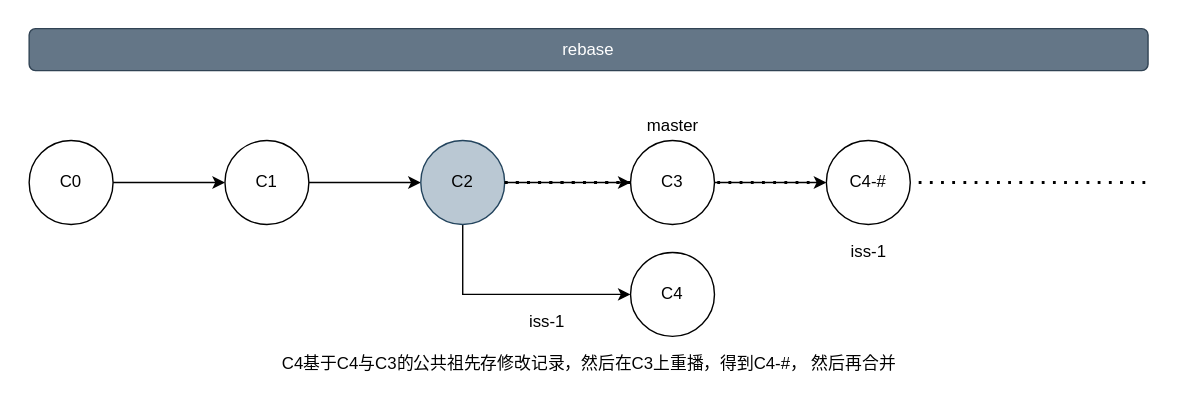
The draw.io diagram 03-工作流/images/rebase.svg in cd-home/Root, before a commit. Source tidied: cells renumbered, new cells last; positions are measured from the earlier drawing's top-left corner, leaving out a move shared by most shapes. Source of this version:
```xml
<mxGraphModel>
  <root>
    <mxCell id="0" />
    <mxCell id="1" parent="0" />
    <mxCell id="2" value="rebase" style="rounded=1;whiteSpace=wrap;html=1;fillColor=#647687;strokeColor=#314354;fontColor=#ffffff;" parent="1" vertex="1">
      <mxGeometry width="800" height="30" as="geometry" />
    </mxCell>
    <mxCell id="3" style="edgeStyle=orthogonalEdgeStyle;rounded=0;jettySize=auto;html=1;" parent="1" edge="1" source="4" target="6">
      <mxGeometry relative="1" as="geometry" />
    </mxCell>
    <mxCell id="4" value="C0" style="ellipse;whiteSpace=wrap;html=1;fillColor=#FFFFFF;" parent="1" vertex="1">
      <mxGeometry y="80" width="60" height="60" as="geometry" />
    </mxCell>
    <mxCell id="5" style="edgeStyle=orthogonalEdgeStyle;rounded=0;jettySize=auto;html=1;" parent="1" edge="1" source="6" target="9">
      <mxGeometry relative="1" as="geometry" />
    </mxCell>
    <mxCell id="6" value="C1" style="ellipse;whiteSpace=wrap;html=1;fillColor=#FFFFFF;" parent="1" vertex="1">
      <mxGeometry x="140" y="80" width="60" height="60" as="geometry" />
    </mxCell>
    <mxCell id="7" style="edgeStyle=orthogonalEdgeStyle;rounded=0;jettySize=auto;html=1;exitX=0.5;exitY=1;exitDx=0;exitDy=0;entryX=0;entryY=0.5;entryDx=0;entryDy=0;" parent="1" edge="1" source="9" target="10">
      <mxGeometry relative="1" as="geometry">
        <Array as="points">
          <mxPoint x="310" y="190" />
          <mxPoint x="420" y="190" />
        </Array>
      </mxGeometry>
    </mxCell>
    <mxCell id="8" style="edgeStyle=orthogonalEdgeStyle;rounded=0;jettySize=auto;html=1;entryX=0;entryY=0.5;entryDx=0;entryDy=0;" parent="1" edge="1" source="9" target="15">
      <mxGeometry relative="1" as="geometry">
        <Array as="points">
          <mxPoint x="370" y="110" />
          <mxPoint x="370" y="110" />
        </Array>
      </mxGeometry>
    </mxCell>
    <mxCell id="9" value="C2" style="ellipse;whiteSpace=wrap;html=1;fillColor=#bac8d3;strokeColor=#23445d;" parent="1" vertex="1">
      <mxGeometry x="280" y="80" width="60" height="60" as="geometry" />
    </mxCell>
    <mxCell id="10" value="C4" style="ellipse;whiteSpace=wrap;html=1;fillColor=#FFFFFF;" parent="1" vertex="1">
      <mxGeometry x="430" y="160" width="60" height="60" as="geometry" />
    </mxCell>
    <mxCell id="11" value="iss-1" style="text;html=1;align=center;verticalAlign=middle;strokeColor=none;" parent="1" vertex="1">
      <mxGeometry x="350" y="200" width="40" height="20" as="geometry" />
    </mxCell>
    <mxCell id="12" style="endArrow=none;dashed=1;html=1;dashPattern=1 3;strokeWidth=2;startArrow=none;" parent="1" edge="1">
      <mxGeometry relative="1" as="geometry">
        <mxPoint x="340" y="110" as="sourcePoint" />
        <mxPoint x="800" y="110" as="targetPoint" />
      </mxGeometry>
    </mxCell>
    <mxCell id="13" value="master" style="text;html=1;align=center;verticalAlign=middle;strokeColor=none;" parent="1" vertex="1">
      <mxGeometry x="435" y="60" width="50" height="20" as="geometry" />
    </mxCell>
    <mxCell id="14" style="edgeStyle=orthogonalEdgeStyle;rounded=0;jettySize=auto;html=1;" parent="1" edge="1" source="15" target="17">
      <mxGeometry relative="1" as="geometry" />
    </mxCell>
    <mxCell id="15" value="C3" style="ellipse;whiteSpace=wrap;html=1;fillColor=#FFFFFF;" parent="1" vertex="1">
      <mxGeometry x="430" y="80" width="60" height="60" as="geometry" />
    </mxCell>
    <mxCell id="16" style="endArrow=none;dashed=1;html=1;dashPattern=1 3;strokeWidth=2;exitX=1;exitY=0.5;exitDx=0;exitDy=0;" parent="1" edge="1" source="9" target="15">
      <mxGeometry relative="1" as="geometry" />
    </mxCell>
    <mxCell id="17" value="C4-#" style="ellipse;whiteSpace=wrap;html=1;fillColor=#FFFFFF;" parent="1" vertex="1">
      <mxGeometry x="570" y="80" width="60" height="60" as="geometry" />
    </mxCell>
    <mxCell id="18" value="iss-1" style="text;html=1;align=center;verticalAlign=middle;strokeColor=none;" parent="1" vertex="1">
      <mxGeometry x="580" y="150" width="40" height="20" as="geometry" />
    </mxCell>
    <mxCell id="19" value="C4基于C4与C3的公共祖先存修改记录，然后在C3上重播，得到C4-#， 然后再合并" style="text;html=1;align=center;verticalAlign=middle;strokeColor=none;" parent="1" vertex="1">
      <mxGeometry x="175" y="230" width="450" height="20" as="geometry" />
    </mxCell>
  </root>
</mxGraphModel>
```
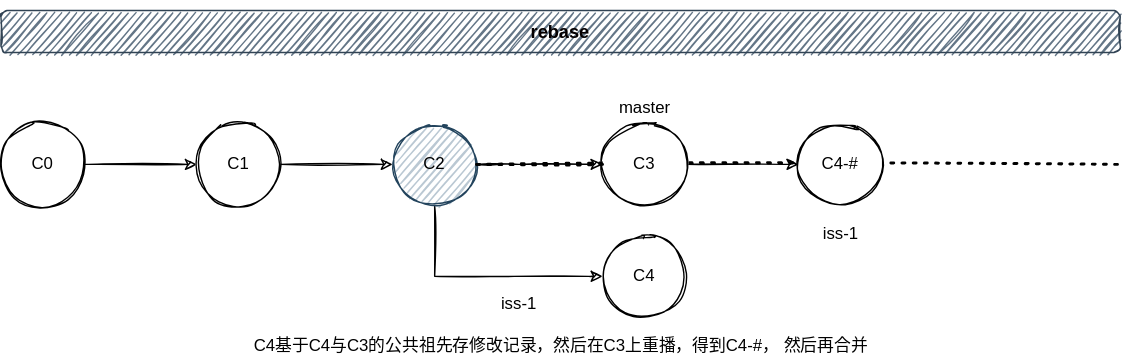
The same file after the commit.

Diff of the diagram source:
```diff
@@ -2,22 +2,22 @@
   <root>
     <mxCell id="0" />
     <mxCell id="1" parent="0" />
-    <mxCell id="2" value="rebase" style="rounded=1;whiteSpace=wrap;html=1;fillColor=#647687;strokeColor=#314354;fontColor=#ffffff;" parent="1" vertex="1">
+    <mxCell id="2" value="&lt;h3&gt;&lt;font style=&quot;font-size: 13px&quot; color=&quot;#050001&quot;&gt;rebase&lt;/font&gt;&lt;/h3&gt;" style="rounded=1;whiteSpace=wrap;html=1;fillColor=#647687;strokeColor=#314354;fontColor=#ffffff;sketch=1;" parent="1" vertex="1">
       <mxGeometry width="800" height="30" as="geometry" />
     </mxCell>
-    <mxCell id="3" style="edgeStyle=orthogonalEdgeStyle;rounded=0;jettySize=auto;html=1;" parent="1" edge="1" source="4" target="6">
+    <mxCell id="3" style="edgeStyle=orthogonalEdgeStyle;rounded=0;jettySize=auto;html=1;sketch=1;" parent="1" edge="1" source="4" target="6">
       <mxGeometry relative="1" as="geometry" />
     </mxCell>
-    <mxCell id="4" value="C0" style="ellipse;whiteSpace=wrap;html=1;fillColor=#FFFFFF;" parent="1" vertex="1">
+    <mxCell id="4" value="C0" style="ellipse;whiteSpace=wrap;html=1;fillColor=#FFFFFF;sketch=1;" parent="1" vertex="1">
       <mxGeometry y="80" width="60" height="60" as="geometry" />
     </mxCell>
-    <mxCell id="5" style="edgeStyle=orthogonalEdgeStyle;rounded=0;jettySize=auto;html=1;" parent="1" edge="1" source="6" target="9">
+    <mxCell id="5" style="edgeStyle=orthogonalEdgeStyle;rounded=0;jettySize=auto;html=1;sketch=1;" parent="1" edge="1" source="6" target="9">
       <mxGeometry relative="1" as="geometry" />
     </mxCell>
-    <mxCell id="6" value="C1" style="ellipse;whiteSpace=wrap;html=1;fillColor=#FFFFFF;" parent="1" vertex="1">
+    <mxCell id="6" value="C1" style="ellipse;whiteSpace=wrap;html=1;fillColor=#FFFFFF;sketch=1;" parent="1" vertex="1">
       <mxGeometry x="140" y="80" width="60" height="60" as="geometry" />
     </mxCell>
-    <mxCell id="7" style="edgeStyle=orthogonalEdgeStyle;rounded=0;jettySize=auto;html=1;exitX=0.5;exitY=1;exitDx=0;exitDy=0;entryX=0;entryY=0.5;entryDx=0;entryDy=0;" parent="1" edge="1" source="9" target="10">
+    <mxCell id="7" style="edgeStyle=orthogonalEdgeStyle;rounded=0;jettySize=auto;html=1;exitX=0.5;exitY=1;exitDx=0;exitDy=0;entryX=0;entryY=0.5;entryDx=0;entryDy=0;sketch=1;" parent="1" edge="1" source="9" target="10">
       <mxGeometry relative="1" as="geometry">
         <Array as="points">
           <mxPoint x="310" y="190" />
@@ -25,7 +25,7 @@
         </Array>
       </mxGeometry>
     </mxCell>
-    <mxCell id="8" style="edgeStyle=orthogonalEdgeStyle;rounded=0;jettySize=auto;html=1;entryX=0;entryY=0.5;entryDx=0;entryDy=0;" parent="1" edge="1" source="9" target="15">
+    <mxCell id="8" style="edgeStyle=orthogonalEdgeStyle;rounded=0;jettySize=auto;html=1;entryX=0;entryY=0.5;entryDx=0;entryDy=0;sketch=1;" parent="1" edge="1" source="9" target="15">
       <mxGeometry relative="1" as="geometry">
         <Array as="points">
           <mxPoint x="370" y="110" />
@@ -33,40 +33,40 @@
         </Array>
       </mxGeometry>
     </mxCell>
-    <mxCell id="9" value="C2" style="ellipse;whiteSpace=wrap;html=1;fillColor=#bac8d3;strokeColor=#23445d;" parent="1" vertex="1">
+    <mxCell id="9" value="C2" style="ellipse;whiteSpace=wrap;html=1;fillColor=#bac8d3;strokeColor=#23445d;sketch=1;" parent="1" vertex="1">
       <mxGeometry x="280" y="80" width="60" height="60" as="geometry" />
     </mxCell>
-    <mxCell id="10" value="C4" style="ellipse;whiteSpace=wrap;html=1;fillColor=#FFFFFF;" parent="1" vertex="1">
+    <mxCell id="10" value="C4" style="ellipse;whiteSpace=wrap;html=1;fillColor=#FFFFFF;sketch=1;" parent="1" vertex="1">
       <mxGeometry x="430" y="160" width="60" height="60" as="geometry" />
     </mxCell>
-    <mxCell id="11" value="iss-1" style="text;html=1;align=center;verticalAlign=middle;strokeColor=none;" parent="1" vertex="1">
+    <mxCell id="11" value="iss-1" style="text;html=1;align=center;verticalAlign=middle;strokeColor=none;sketch=1;" parent="1" vertex="1">
       <mxGeometry x="350" y="200" width="40" height="20" as="geometry" />
     </mxCell>
-    <mxCell id="12" style="endArrow=none;dashed=1;html=1;dashPattern=1 3;strokeWidth=2;startArrow=none;" parent="1" edge="1">
+    <mxCell id="12" style="endArrow=none;dashed=1;html=1;dashPattern=1 3;strokeWidth=2;startArrow=none;sketch=1;" parent="1" edge="1">
       <mxGeometry relative="1" as="geometry">
         <mxPoint x="340" y="110" as="sourcePoint" />
         <mxPoint x="800" y="110" as="targetPoint" />
       </mxGeometry>
     </mxCell>
-    <mxCell id="13" value="master" style="text;html=1;align=center;verticalAlign=middle;strokeColor=none;" parent="1" vertex="1">
+    <mxCell id="13" value="master" style="text;html=1;align=center;verticalAlign=middle;strokeColor=none;sketch=1;" parent="1" vertex="1">
       <mxGeometry x="435" y="60" width="50" height="20" as="geometry" />
     </mxCell>
-    <mxCell id="14" style="edgeStyle=orthogonalEdgeStyle;rounded=0;jettySize=auto;html=1;" parent="1" edge="1" source="15" target="17">
+    <mxCell id="14" style="edgeStyle=orthogonalEdgeStyle;rounded=0;jettySize=auto;html=1;sketch=1;" parent="1" edge="1" source="15" target="17">
       <mxGeometry relative="1" as="geometry" />
     </mxCell>
-    <mxCell id="15" value="C3" style="ellipse;whiteSpace=wrap;html=1;fillColor=#FFFFFF;" parent="1" vertex="1">
+    <mxCell id="15" value="C3" style="ellipse;whiteSpace=wrap;html=1;fillColor=#FFFFFF;sketch=1;" parent="1" vertex="1">
       <mxGeometry x="430" y="80" width="60" height="60" as="geometry" />
     </mxCell>
-    <mxCell id="16" style="endArrow=none;dashed=1;html=1;dashPattern=1 3;strokeWidth=2;exitX=1;exitY=0.5;exitDx=0;exitDy=0;" parent="1" edge="1" source="9" target="15">
+    <mxCell id="16" style="endArrow=none;dashed=1;html=1;dashPattern=1 3;strokeWidth=2;exitX=1;exitY=0.5;exitDx=0;exitDy=0;sketch=1;" parent="1" edge="1" source="9" target="15">
       <mxGeometry relative="1" as="geometry" />
     </mxCell>
-    <mxCell id="17" value="C4-#" style="ellipse;whiteSpace=wrap;html=1;fillColor=#FFFFFF;" parent="1" vertex="1">
+    <mxCell id="17" value="C4-#" style="ellipse;whiteSpace=wrap;html=1;fillColor=#FFFFFF;sketch=1;" parent="1" vertex="1">
       <mxGeometry x="570" y="80" width="60" height="60" as="geometry" />
     </mxCell>
-    <mxCell id="18" value="iss-1" style="text;html=1;align=center;verticalAlign=middle;strokeColor=none;" parent="1" vertex="1">
+    <mxCell id="18" value="iss-1" style="text;html=1;align=center;verticalAlign=middle;strokeColor=none;sketch=1;" parent="1" vertex="1">
       <mxGeometry x="580" y="150" width="40" height="20" as="geometry" />
     </mxCell>
-    <mxCell id="19" value="C4基于C4与C3的公共祖先存修改记录，然后在C3上重播，得到C4-#， 然后再合并" style="text;html=1;align=center;verticalAlign=middle;strokeColor=none;" parent="1" vertex="1">
+    <mxCell id="19" value="C4基于C4与C3的公共祖先存修改记录，然后在C3上重播，得到C4-#， 然后再合并" style="text;html=1;align=center;verticalAlign=middle;strokeColor=none;sketch=1;" parent="1" vertex="1">
       <mxGeometry x="175" y="230" width="450" height="20" as="geometry" />
     </mxCell>
   </root>
```
